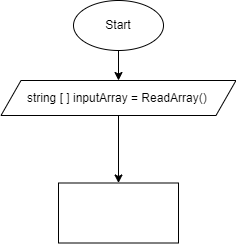
The draw.io diagram diagram.drawio.png in IgorPolyatskiy/HomeTotalWork, before a commit. Source tidied: cells renumbered, new cells last; positions are measured from the earlier drawing's top-left corner, leaving out a move shared by most shapes.
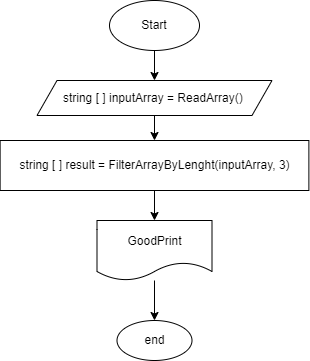
After the change.

Commit message:
Исправил глюк в  Блок схеме

What changed in the source:
```diff
@@ -14,8 +14,20 @@
     <mxCell id="5" value="string [ ] inputArray = ReadArray()&amp;nbsp;" style="shape=parallelogram;perimeter=parallelogramPerimeter;whiteSpace=wrap;html=1;fixedSize=1;" parent="1" vertex="1">
       <mxGeometry x="-0.5" y="80" width="235" height="35" as="geometry" />
     </mxCell>
+    <mxCell id="7" style="edgeStyle=none;html=1;" parent="1" edge="1" source="6" target="9">
+      <mxGeometry relative="1" as="geometry" />
+    </mxCell>
-    <mxCell id="6" style="whiteSpace=wrap;html=1;" parent="1" vertex="1">
-      <mxGeometry x="57" y="182.5" width="120" height="60" as="geometry" />
+    <mxCell id="6" value="string [ ] result = FilterArrayByLenght(inputArray, 3)" style="whiteSpace=wrap;html=1;" parent="1" vertex="1">
+      <mxGeometry x="-37.4" y="140" width="308.8" height="50" as="geometry" />
     </mxCell>
+    <mxCell id="8" style="edgeStyle=none;html=1;" parent="1" edge="1" source="9" target="10">
+      <mxGeometry relative="1" as="geometry" />
+    </mxCell>
+    <mxCell id="9" value="GoodPrint" style="shape=document;whiteSpace=wrap;html=1;boundedLbl=1;" parent="1" vertex="1">
+      <mxGeometry x="59.5" y="220" width="115" height="60" as="geometry" />
+    </mxCell>
+    <mxCell id="10" value="end" style="ellipse;whiteSpace=wrap;html=1;" parent="1" vertex="1">
+      <mxGeometry x="79.5" y="320" width="75" height="40" as="geometry" />
+    </mxCell>
   </root>
 </mxGraphModel>
```
